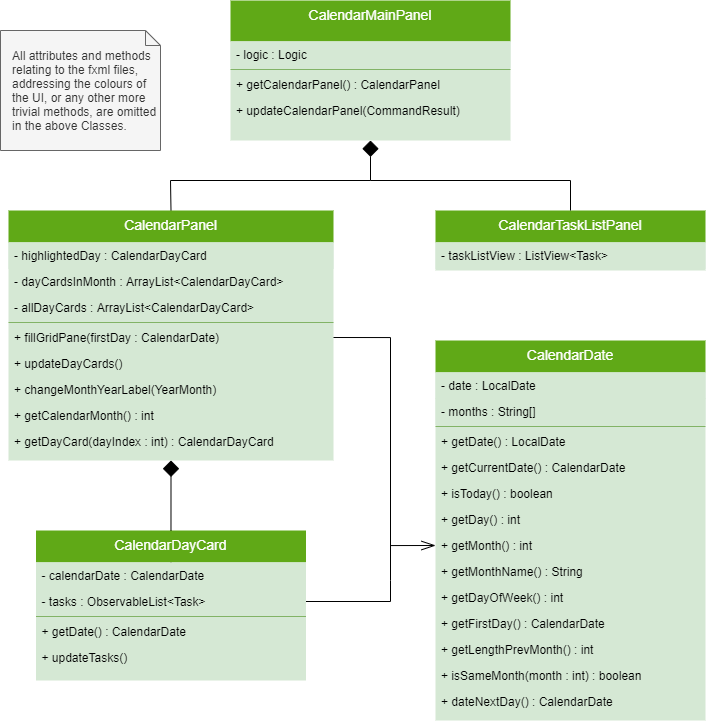
This is docs/images/CalendarUiClassDiagram.png from yapdianhao/main, a draw.io export, as it was before one commit. Source tidied: cells renumbered, new cells last; positions are measured from the earlier drawing's top-left corner, leaving out a move shared by most shapes.
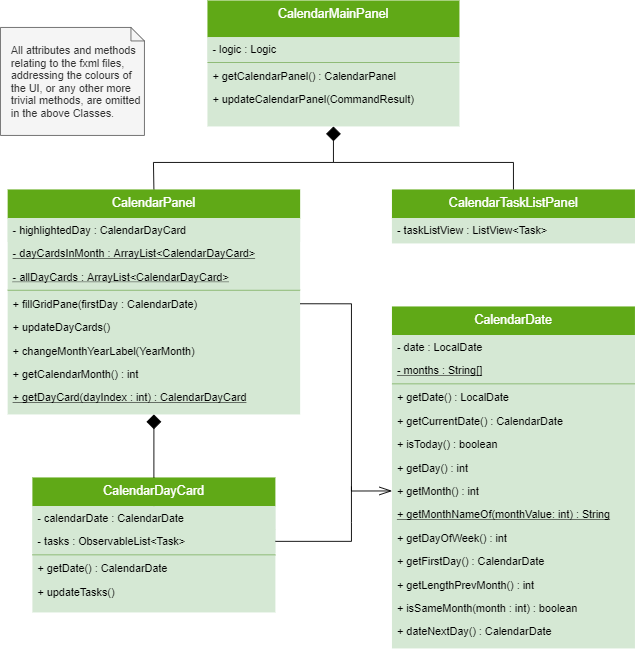
The same file after the commit.

Commit message:
edit class diagram

The edit, as a diff of the source:
```diff
@@ -57,10 +57,10 @@
     <mxCell id="14" value="- highlightedDay : CalendarDayCard" style="text;align=left;verticalAlign=top;spacingLeft=4;spacingRight=4;overflow=hidden;rounded=0;shadow=0;html=0;fillColor=#d5e8d4;strokeColor=none;" parent="13" vertex="1">
       <mxGeometry y="32" width="325" height="26" as="geometry" />
     </mxCell>
-    <mxCell id="15" value="- dayCardsInMonth : ArrayList&lt;CalendarDayCard&gt;" style="text;strokeColor=none;fillColor=none;align=left;verticalAlign=top;spacingLeft=4;spacingRight=4;overflow=hidden;fontSize=12;" parent="13" vertex="1">
+    <mxCell id="15" value="- dayCardsInMonth : ArrayList&lt;CalendarDayCard&gt;" style="text;strokeColor=none;fillColor=none;align=left;verticalAlign=top;spacingLeft=4;spacingRight=4;overflow=hidden;fontSize=12;fontStyle=4;" parent="13" vertex="1">
       <mxGeometry y="58" width="325" height="26" as="geometry" />
     </mxCell>
-    <mxCell id="16" value="- allDayCards : ArrayList&lt;CalendarDayCard&gt;" style="text;strokeColor=none;fillColor=none;align=left;verticalAlign=top;spacingLeft=4;spacingRight=4;overflow=hidden;fontSize=12;" parent="13" vertex="1">
+    <mxCell id="16" value="- allDayCards : ArrayList&lt;CalendarDayCard&gt;" style="text;strokeColor=none;fillColor=none;align=left;verticalAlign=top;spacingLeft=4;spacingRight=4;overflow=hidden;fontSize=12;fontStyle=4;" parent="13" vertex="1">
       <mxGeometry y="84" width="325" height="26" as="geometry" />
     </mxCell>
     <mxCell id="17" style="line;html=1;strokeWidth=1;align=left;verticalAlign=middle;spacingTop=-1;spacingLeft=3;spacingRight=3;labelPosition=right;fillColor=#d5e8d4;strokeColor=#82b366;shadow=0;gradientColor=none;" parent="13" vertex="1">
@@ -78,7 +78,7 @@
     <mxCell id="21" value="+ getCalendarMonth() : int" style="text;strokeColor=none;fillColor=none;align=left;verticalAlign=top;spacingLeft=4;spacingRight=4;overflow=hidden;fontSize=12;" parent="13" vertex="1">
       <mxGeometry y="192" width="325" height="26" as="geometry" />
     </mxCell>
-    <mxCell id="22" value="+ getDayCard(dayIndex : int) : CalendarDayCard" style="text;strokeColor=none;fillColor=none;align=left;verticalAlign=top;spacingLeft=4;spacingRight=4;overflow=hidden;fontSize=12;" parent="13" vertex="1">
+    <mxCell id="22" value="+ getDayCard(dayIndex : int) : CalendarDayCard" style="text;strokeColor=none;fillColor=none;align=left;verticalAlign=top;spacingLeft=4;spacingRight=4;overflow=hidden;fontSize=12;fontStyle=4;" parent="13" vertex="1">
       <mxGeometry y="218" width="325" height="26" as="geometry" />
     </mxCell>
     <mxCell id="23" value="CalendarDate" style="swimlane;fontStyle=0;align=center;verticalAlign=top;horizontal=1;startSize=32;rounded=0;shadow=0;strokeWidth=1;fillColor=#60a917;strokeColor=none;fontColor=#ffffff;swimlaneFillColor=#D5E8D4;fontSize=14;" parent="1" vertex="1">
@@ -87,7 +87,7 @@
     <mxCell id="24" value="- date : LocalDate" style="text;align=left;verticalAlign=top;spacingLeft=4;spacingRight=4;overflow=hidden;rounded=0;shadow=0;html=0;fillColor=#d5e8d4;strokeColor=none;" parent="23" vertex="1">
       <mxGeometry y="32" width="270" height="26" as="geometry" />
     </mxCell>
-    <mxCell id="25" value="- months : String[]" style="text;align=left;verticalAlign=top;spacingLeft=4;spacingRight=4;overflow=hidden;fillColor=#d5e8d4;strokeColor=none;" parent="23" vertex="1">
+    <mxCell id="25" value="- months : String[]" style="text;align=left;verticalAlign=top;spacingLeft=4;spacingRight=4;overflow=hidden;fillColor=#d5e8d4;strokeColor=none;fontStyle=4;" parent="23" vertex="1">
       <mxGeometry y="58" width="270" height="26" as="geometry" />
     </mxCell>
     <mxCell id="26" style="line;html=1;strokeWidth=1;align=left;verticalAlign=middle;spacingTop=-1;spacingLeft=3;spacingRight=3;labelPosition=right;fillColor=#d5e8d4;strokeColor=#82b366;shadow=0;gradientColor=none;" parent="23" vertex="1">
@@ -108,7 +108,7 @@
     <mxCell id="31" value="+ getMonth() : int" style="text;strokeColor=none;fillColor=none;align=left;verticalAlign=top;spacingLeft=4;spacingRight=4;overflow=hidden;points=[[0,0.5],[1,0.5]];portConstraint=eastwest;fontSize=12;" parent="23" vertex="1">
       <mxGeometry y="192" width="270" height="26" as="geometry" />
     </mxCell>
-    <mxCell id="32" value="+ getMonthName() : String" style="text;strokeColor=none;fillColor=none;align=left;verticalAlign=top;spacingLeft=4;spacingRight=4;overflow=hidden;fontSize=12;" parent="23" vertex="1">
+    <mxCell id="32" value="+ getMonthNameOf(monthValue: int) : String" style="text;strokeColor=none;fillColor=none;align=left;verticalAlign=top;spacingLeft=4;spacingRight=4;overflow=hidden;fontSize=12;fontStyle=4;" parent="23" vertex="1">
       <mxGeometry y="218" width="270" height="26" as="geometry" />
     </mxCell>
     <mxCell id="33" value="+ getDayOfWeek() : int" style="text;strokeColor=none;fillColor=none;align=left;verticalAlign=top;spacingLeft=4;spacingRight=4;overflow=hidden;fontSize=12;" parent="23" vertex="1">
```
